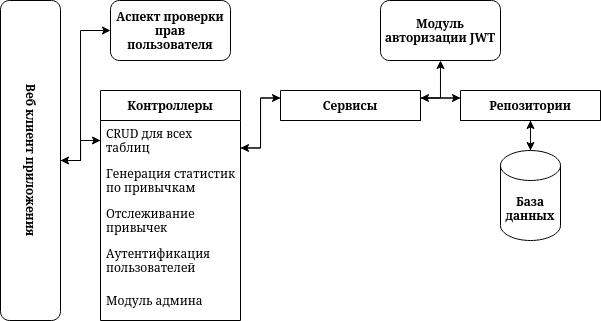
This is images/Проект_архитектуры_HabitApp.drawio.png from levchig737/HabitApp, a draw.io export, as it was before one commit. Source tidied: cells renumbered, new cells last; positions are measured from the earlier drawing's top-left corner, leaving out a move shared by most shapes.
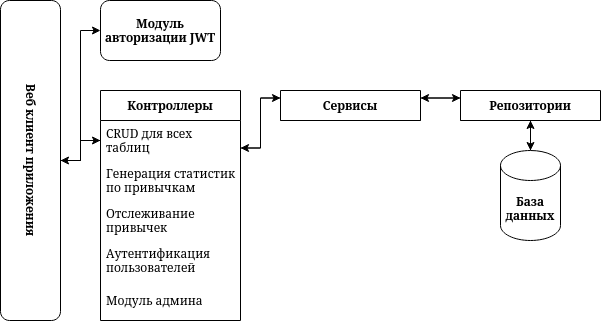
The same file after the commit.

Commit message:
Изменен Readme: Добавлена информация про Spring Security

Diff of the diagram source:
```diff
@@ -2,17 +2,12 @@
   <root>
     <mxCell id="0" />
     <mxCell id="1" parent="0" />
-    <mxCell id="2" style="edgeStyle=orthogonalEdgeStyle;rounded=0;jettySize=auto;html=1;exitX=1;exitY=0.5;exitDx=0;exitDy=0;entryX=0;entryY=0.5;entryDx=0;entryDy=0;" parent="1" edge="1" source="4" target="20">
-      <mxGeometry relative="1" as="geometry">
-        <Array as="points">
-          <mxPoint x="80" y="160" />
-          <mxPoint x="80" y="30" />
-        </Array>
-      </mxGeometry>
-    </mxCell>
     <mxCell id="3" style="edgeStyle=orthogonalEdgeStyle;rounded=0;jettySize=auto;html=1;exitX=1;exitY=0.5;exitDx=0;exitDy=0;entryX=0;entryY=0.5;entryDx=0;entryDy=0;" parent="1" edge="1" source="4" target="7">
       <mxGeometry relative="1" as="geometry" />
     </mxCell>
+    <mxCell id="24" style="edgeStyle=orthogonalEdgeStyle;rounded=0;jettySize=auto;html=1;exitX=1;exitY=0.5;exitDx=0;exitDy=0;entryX=0;entryY=0.5;entryDx=0;entryDy=0;" parent="1" edge="1" source="4" target="21">
+      <mxGeometry relative="1" as="geometry" />
+    </mxCell>
     <mxCell id="4" value="&lt;b&gt;Веб клиент приложения&lt;/b&gt;" style="rounded=1;whiteSpace=wrap;html=1;verticalAlign=middle;textDirection=vertical-lr;" parent="1" vertex="1">
       <mxGeometry width="60" height="320" as="geometry" />
     </mxCell>
@@ -48,9 +43,6 @@
     <mxCell id="13" style="edgeStyle=orthogonalEdgeStyle;rounded=0;jettySize=auto;html=1;exitX=1;exitY=0.25;exitDx=0;exitDy=0;entryX=0;entryY=0.25;entryDx=0;entryDy=0;" parent="1" edge="1" source="15" target="17">
       <mxGeometry relative="1" as="geometry" />
     </mxCell>
-    <mxCell id="14" style="edgeStyle=orthogonalEdgeStyle;rounded=0;jettySize=auto;html=1;exitX=1;exitY=0.25;exitDx=0;exitDy=0;entryX=0.5;entryY=1;entryDx=0;entryDy=0;" parent="1" edge="1" source="15" target="21">
-      <mxGeometry relative="1" as="geometry" />
-    </mxCell>
     <mxCell id="15" value="&lt;b&gt;Сервисы&lt;/b&gt;" style="swimlane;fontStyle=0;horizontal=1;startSize=30;whiteSpace=wrap;html=1;" parent="1" vertex="1">
       <mxGeometry x="280" y="90" width="140" height="30" as="geometry" />
     </mxCell>
@@ -66,11 +58,8 @@
     <mxCell id="19" value="&lt;b&gt;База данных&lt;/b&gt;" style="shape=cylinder3;whiteSpace=wrap;html=1;boundedLbl=1;backgroundOutline=1;size=15;" parent="1" vertex="1">
       <mxGeometry x="500" y="150" width="60" height="90" as="geometry" />
     </mxCell>
-    <mxCell id="20" value="&lt;b&gt;Аспект проверки прав пользователя&lt;/b&gt;" style="rounded=1;whiteSpace=wrap;html=1;" parent="1" vertex="1">
-      <mxGeometry x="110" width="120" height="60" as="geometry" />
-    </mxCell>
     <mxCell id="21" value="&lt;b&gt;Модуль авторизации JWT&lt;/b&gt;" style="rounded=1;whiteSpace=wrap;html=1;" parent="1" vertex="1">
-      <mxGeometry x="380" width="120" height="60" as="geometry" />
+      <mxGeometry x="100" width="120" height="60" as="geometry" />
     </mxCell>
     <mxCell id="22" style="edgeStyle=orthogonalEdgeStyle;rounded=0;jettySize=auto;html=1;exitX=0.5;exitY=1;exitDx=0;exitDy=0;entryX=0.5;entryY=0;entryDx=0;entryDy=0;entryPerimeter=0;" parent="1" edge="1" source="17" target="19">
       <mxGeometry relative="1" as="geometry" />
```
